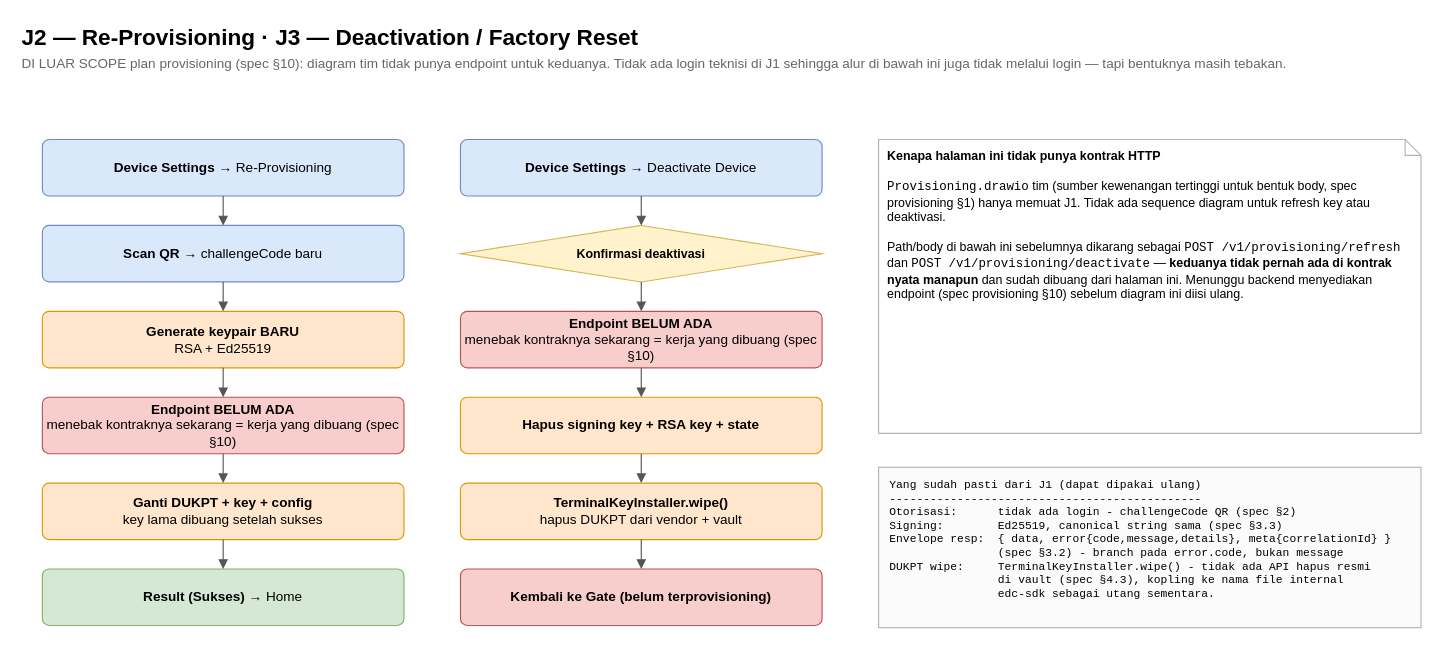
Earlier version of the draw.io diagram page "4 · J2 Re-Provisioning & J3 Deactivation" (4 of 11) of docs/diagrams/edc-payment-flows.drawio (gandharyanto/mobile-cashup-payment). Source tidied: cells renumbered, new cells numbered last; positions are measured from the earlier drawing's top-left corner, leaving out a move shared by most shapes. Both pictures are drawn from the tidied source at 113%, with x=0, y=0 at pixel (19, 19).
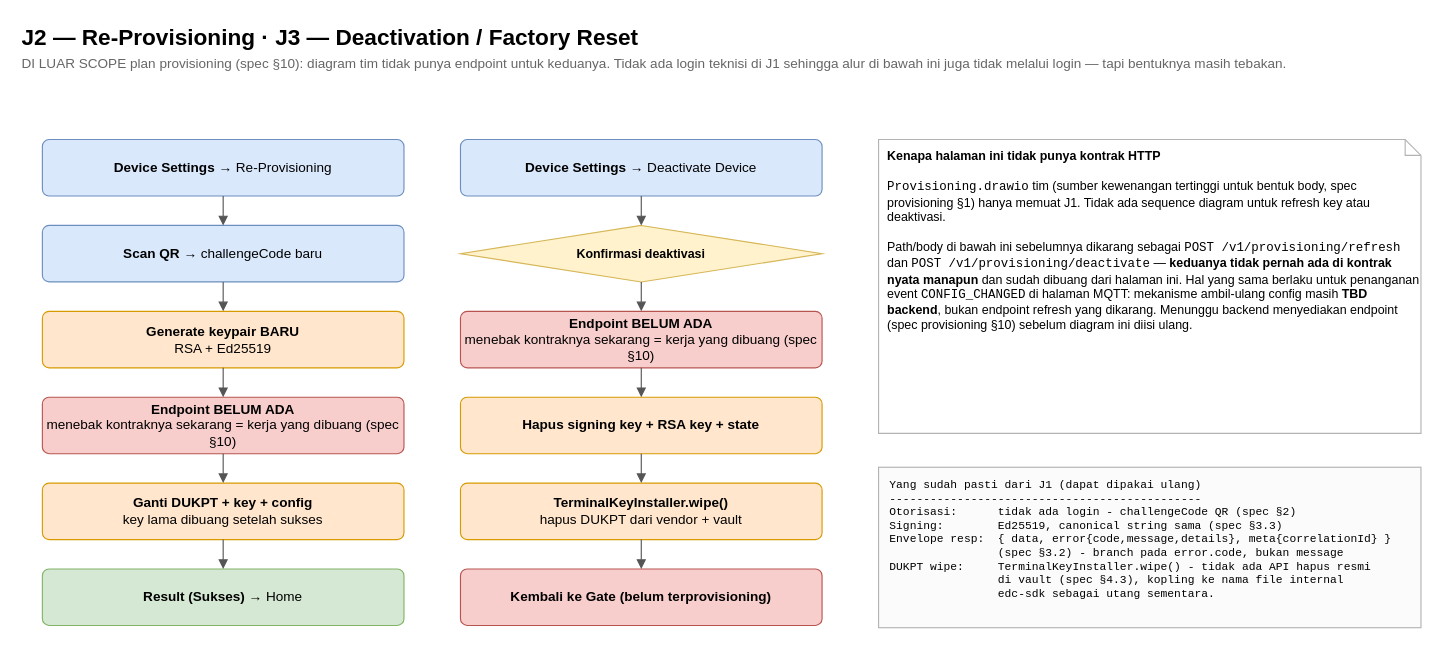
The same page after the edit.

Commit message (it also covers changes not shown here):
docs: fix contradicted statements and drop a fabricated endpoint

Diff of the diagram source:
```diff
@@
-    <mxCell id="26" value="&lt;b&gt;Kenapa halaman ini tidak punya kontrak HTTP&lt;/b&gt;&lt;br&gt;&lt;br&gt;&lt;code&gt;Provisioning.drawio&lt;/code&gt; tim (sumber kewenangan tertinggi untuk bentuk body, spec provisioning §1) hanya memuat J1. Tidak ada sequence diagram untuk refresh key atau deaktivasi.&lt;br&gt;&lt;br&gt;Path/body di bawah ini sebelumnya dikarang sebagai &lt;code&gt;POST /v1/provisioning/refresh&lt;/code&gt; dan &lt;code&gt;POST /v1/provisioning/deactivate&lt;/code&gt; — &lt;b&gt;keduanya tidak pernah ada di kontrak nyata manapun&lt;/b&gt; dan sudah dibuang dari halaman ini. Menunggu backend menyediakan endpoint (spec provisioning §10) sebelum diagram ini diisi ulang." style="shape=note;whiteSpace=wrap;html=1;size=14;fontSize=11;align=left;verticalAlign=top;spacingLeft=6;spacingTop=2;fillColor=#ffffff;strokeColor=#b3b3b3;" parent="1" vertex="1">
+    <mxCell id="26" value="&lt;b&gt;Kenapa halaman ini tidak punya kontrak HTTP&lt;/b&gt;&lt;br&gt;&lt;br&gt;&lt;code&gt;Provisioning.drawio&lt;/code&gt; tim (sumber kewenangan tertinggi untuk bentuk body, spec provisioning §1) hanya memuat J1. Tidak ada sequence diagram untuk refresh key atau deaktivasi.&lt;br&gt;&lt;br&gt;Path/body di bawah ini sebelumnya dikarang sebagai &lt;code&gt;POST /v1/provisioning/refresh&lt;/code&gt; dan &lt;code&gt;POST /v1/provisioning/deactivate&lt;/code&gt; — &lt;b&gt;keduanya tidak pernah ada di kontrak nyata manapun&lt;/b&gt; dan sudah dibuang dari halaman ini. Hal yang sama berlaku untuk penanganan event &lt;code&gt;CONFIG_CHANGED&lt;/code&gt; di halaman MQTT: mekanisme ambil-ulang config masih &lt;b&gt;TBD backend&lt;/b&gt;, bukan endpoint refresh yang dikarang. Menunggu backend menyediakan endpoint (spec provisioning §10) sebelum diagram ini diisi ulang." style="shape=note;whiteSpace=wrap;html=1;size=14;fontSize=11;align=left;verticalAlign=top;spacingLeft=6;spacingTop=2;fillColor=#ffffff;strokeColor=#b3b3b3;" parent="1" vertex="1">
       <mxGeometry x="760" y="106" width="480" height="260" as="geometry" />
     </mxCell>
```
